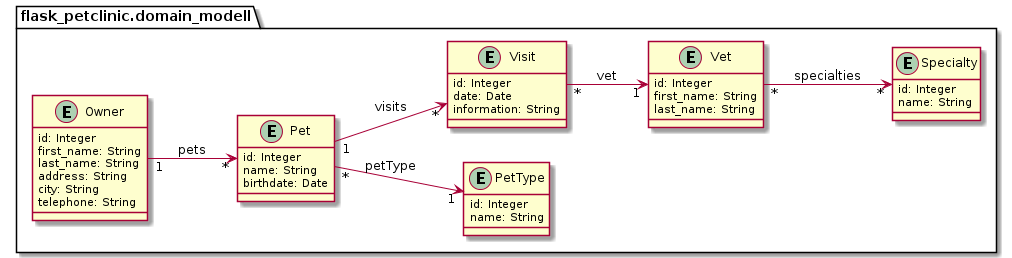
Before: docs/uml/Domain_Class_Modell.png, a diagram exported from PlantUML (Jakarta-EE-Petclinic/petclinic_flask).
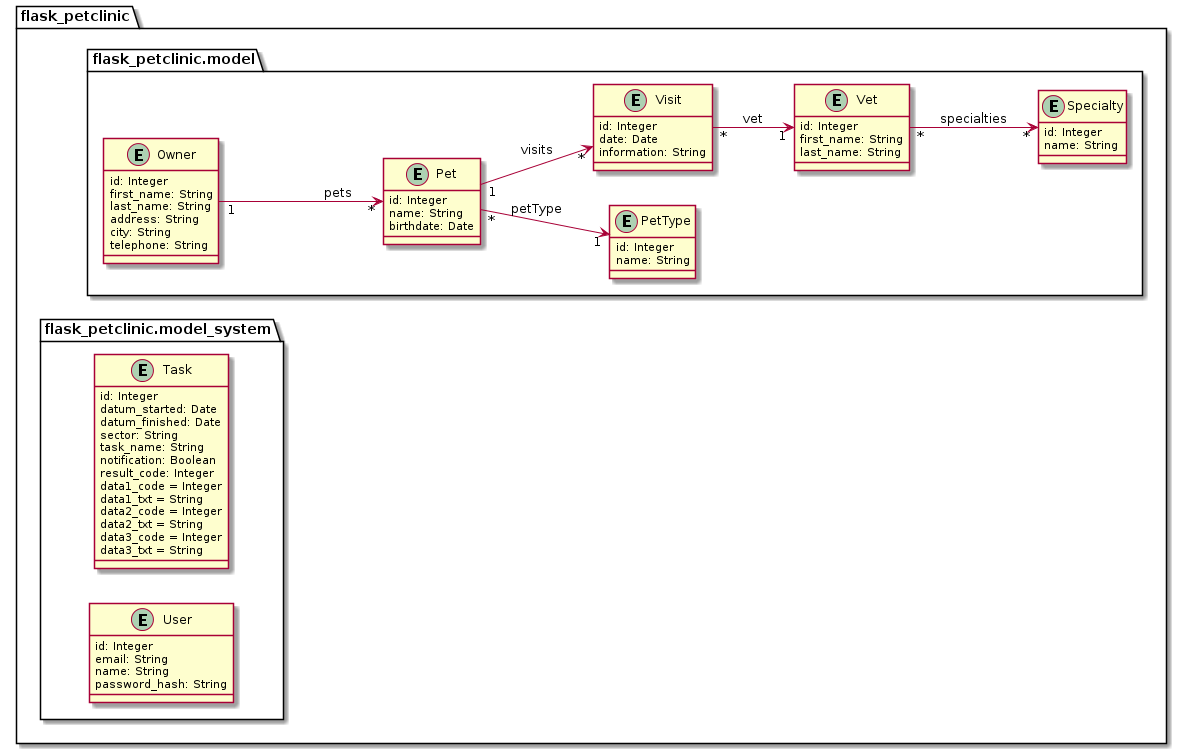
The same diagram one commit later.

What changed in the source:
```diff
@@ -1,51 +1,78 @@
 @startuml
 left to right direction
 
+package flask_petclinic {
 
-package flask_petclinic.domain_modell {
+    package flask_petclinic.model {
 
-    entity Owner {
-	    id: Integer
-	    first_name: String
-	    last_name: String
-	    address: String
-	    city: String
-	    telephone: String
-	}
+        entity Owner {
+            id: Integer
+            first_name: String
+            last_name: String
+            address: String
+            city: String
+            telephone: String
+        }
 
-	entity Pet {
-	    id: Integer
-	    name: String
-	    birthdate: Date
-	}
+        entity Pet {
+            id: Integer
+            name: String
+            birthdate: Date
+        }
 
-	entity PetType {
-	    id: Integer
-	    name: String
-	}
+        entity PetType {
+            id: Integer
+            name: String
+        }
 
-	entity Visit {
-	    id: Integer
-	    date: Date
-	    information: String
-	}
+        entity Visit {
+            id: Integer
+            date: Date
+            information: String
+        }
 
-	entity Vet {
-	    id: Integer
-	    first_name: String
-	    last_name: String
-	}
+        entity Vet {
+            id: Integer
+            first_name: String
+            last_name: String
+        }
 
-	entity Specialty {
-	    id: Integer
-	    name: String
-	}
+        entity Specialty {
+            id: Integer
+            name: String
+        }
 
-	Owner "1" --> "*"  Pet: pets
-	Pet "*" --> "1" PetType: petType
-	Pet "1" --> "*" Visit: visits
-	Visit "*" --> "1" Vet: vet
-	Vet "*" --> "*" Specialty: specialties
+        Owner "1" --> "*"  Pet: pets
+        Pet "*" --> "1" PetType: petType
+        Pet "1" --> "*" Visit: visits
+        Visit "*" --> "1" Vet: vet
+        Vet "*" --> "*" Specialty: specialties
+    }
+
+    package flask_petclinic.model_system {
+        entity Task {
+            id: Integer
+            datum_started: Date
+            datum_finished: Date
+            sector: String
+            task_name: String
+            notification: Boolean
+            result_code: Integer
+            data1_code = Integer
+            data1_txt = String
+            data2_code = Integer
+            data2_txt = String
+            data3_code = Integer
+            data3_txt = String
+        }
+        entity User {
+            id: Integer
+            email: String
+            name: String
+            password_hash: String
+        }
+    }
+
 }
 
 @enduml
```
